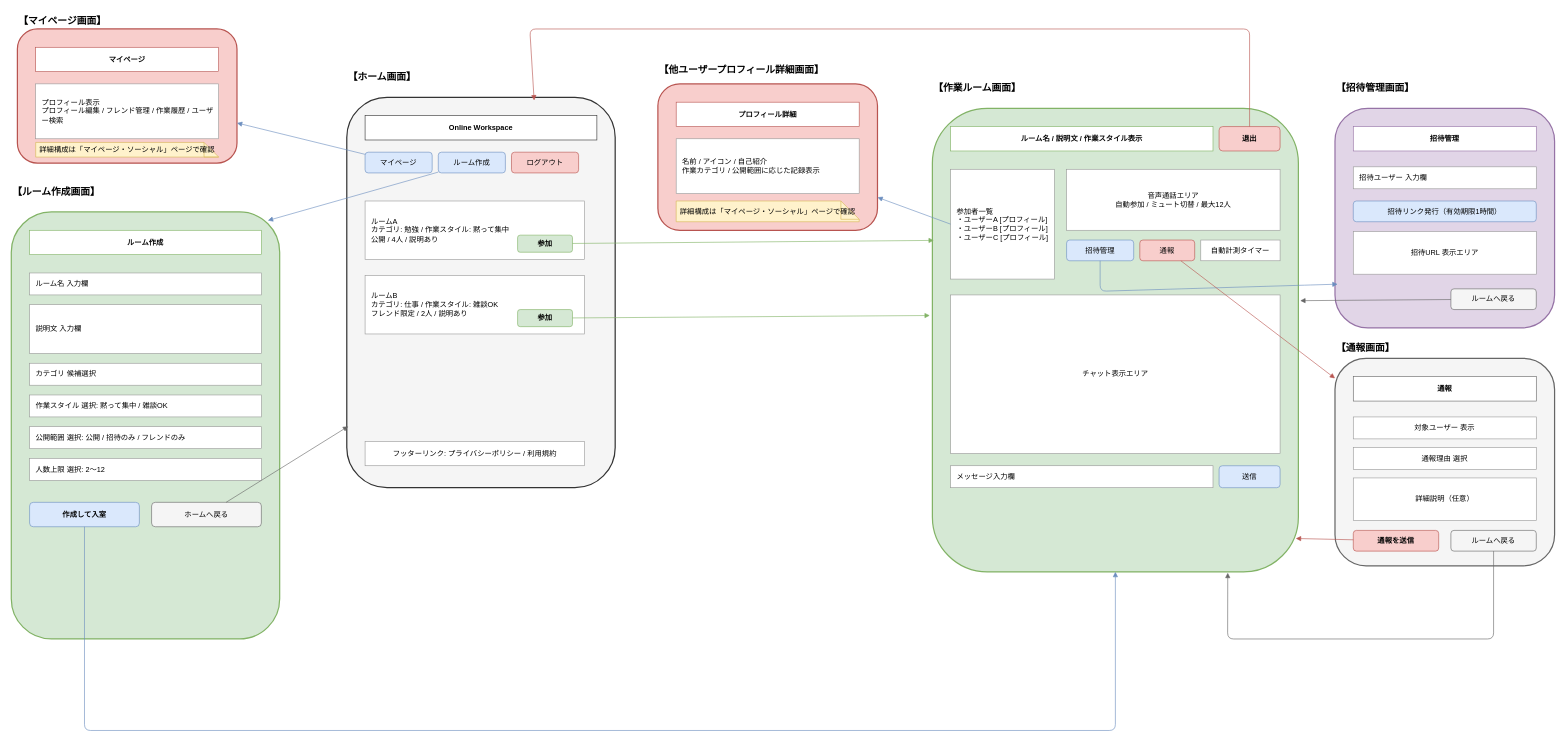
yuu-ux/online-workspace keeps this draw.io diagram as page "ホーム・ルーム" (2 of 4) of docs/screen_wireframe.drawio. Above is the earlier version. Source tidied: cells renumbered, new cells numbered last; positions are measured from the earlier drawing's top-left corner, leaving out a move shared by most shapes. Both pictures are drawn from the tidied source at 61%, with x=0, y=0 at pixel (11, 10).
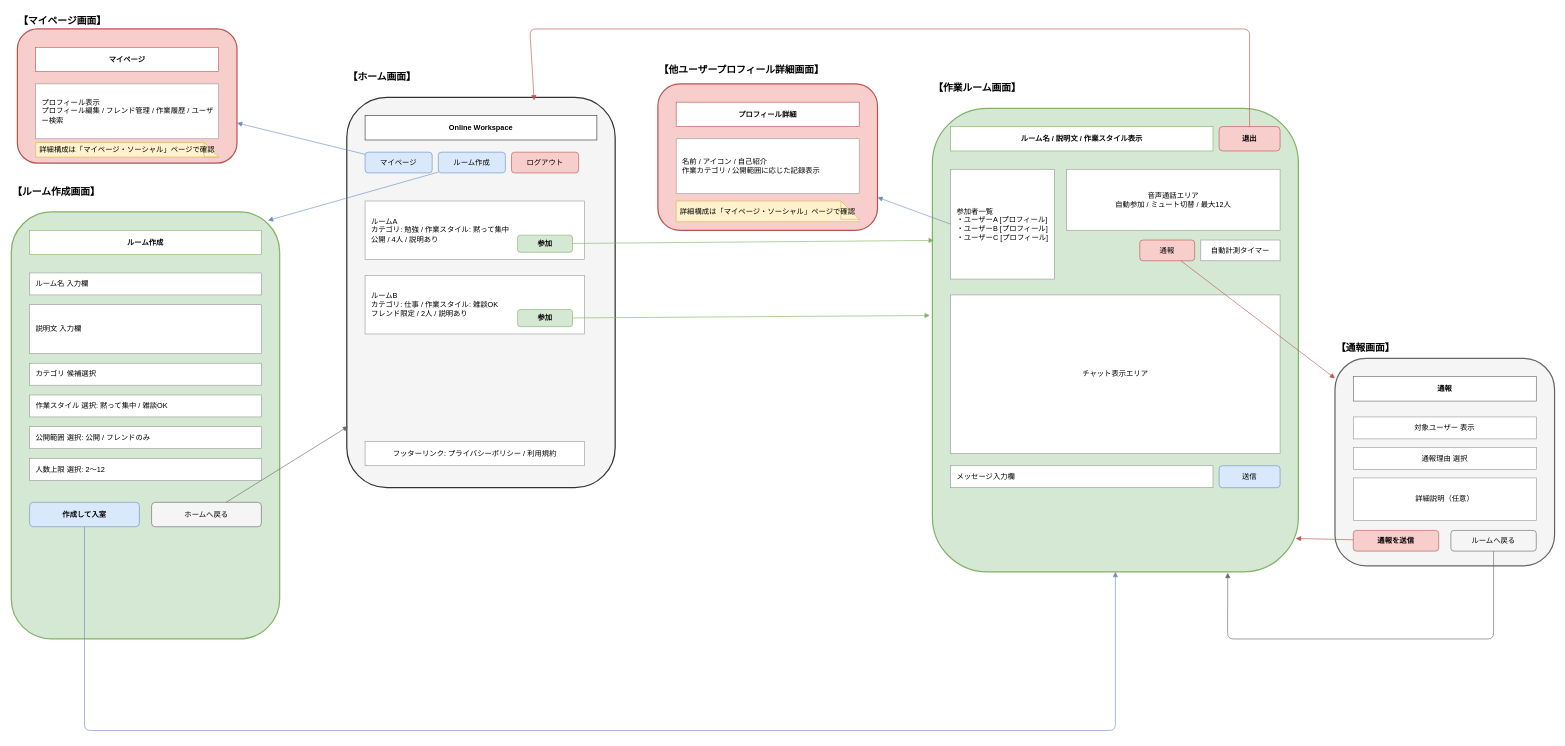
After the change.

The change refers to these unchanged cells:
```xml
<mxCell id="25" style="rounded=1;whiteSpace=wrap;html=1;fillColor=#d5e8d4;strokeColor=#82b366;strokeWidth=2;" parent="1" vertex="1">
  <mxGeometry x="1510" y="160" width="600" height="760" as="geometry" />
</mxCell>
```

Diff of the diagram source:
```diff
@@
-    <mxCell id="20" value="公開範囲 選択: 公開 / 招待のみ / フレンドのみ" style="rounded=0;whiteSpace=wrap;html=1;fillColor=#ffffff;strokeColor=#999999;align=left;spacingLeft=8;" parent="1" vertex="1">
+    <mxCell id="20" value="公開範囲 選択: 公開 / フレンドのみ" style="rounded=0;whiteSpace=wrap;html=1;fillColor=#ffffff;strokeColor=#999999;align=left;spacingLeft=8;" parent="1" vertex="1">
       <mxGeometry x="30" y="682" width="380" height="36" as="geometry" />
     </mxCell>
@@
-    <mxCell id="30" value="招待管理" style="rounded=1;whiteSpace=wrap;html=1;fillColor=#dae8fc;strokeColor=#6c8ebf;" parent="1" vertex="1">
-      <mxGeometry x="1730" y="376" width="110" height="34" as="geometry" />
-    </mxCell>
@@
-    <mxCell id="36" value="【招待管理画面】" style="text;html=1;strokeColor=none;fillColor=none;fontStyle=1;fontSize=16;" parent="1" vertex="1">
-      <mxGeometry x="2170" y="110" width="170" height="20" as="geometry" />
-    </mxCell>
-    <mxCell id="37" style="rounded=1;whiteSpace=wrap;html=1;fillColor=#e1d5e7;strokeColor=#9673a6;strokeWidth=2;" parent="1" vertex="1">
-      <mxGeometry x="2170" y="160" width="360" height="360" as="geometry" />
-    </mxCell>
-    <mxCell id="38" value="招待管理" style="rounded=0;whiteSpace=wrap;html=1;fillColor=#ffffff;strokeColor=#9673a6;fontStyle=1;" parent="1" vertex="1">
-      <mxGeometry x="2200" y="190" width="300" height="40" as="geometry" />
-    </mxCell>
-    <mxCell id="39" value="招待ユーザー 入力欄" style="rounded=0;whiteSpace=wrap;html=1;fillColor=#ffffff;strokeColor=#999999;align=left;spacingLeft=8;" parent="1" vertex="1">
-      <mxGeometry x="2200" y="256" width="300" height="36" as="geometry" />
-    </mxCell>
-    <mxCell id="40" value="招待リンク発行（有効期限1時間）" style="rounded=1;whiteSpace=wrap;html=1;fillColor=#dae8fc;strokeColor=#6c8ebf;" parent="1" vertex="1">
-      <mxGeometry x="2200" y="312" width="300" height="34" as="geometry" />
-    </mxCell>
-    <mxCell id="41" value="招待URL 表示エリア" style="rounded=0;whiteSpace=wrap;html=1;fillColor=#ffffff;strokeColor=#999999;" parent="1" vertex="1">
-      <mxGeometry x="2200" y="362" width="300" height="70" as="geometry" />
-    </mxCell>
-    <mxCell id="42" value="ルームへ戻る" style="rounded=1;whiteSpace=wrap;html=1;fillColor=#f5f5f5;strokeColor=#666666;" parent="1" vertex="1">
-      <mxGeometry x="2360" y="456" width="140" height="34" as="geometry" />
-    </mxCell>
@@
-    <mxCell id="68" style="endArrow=block;html=1;strokeColor=#6c8ebf;entryX=0.012;entryY=0.801;entryDx=0;entryDy=0;entryPerimeter=0;" parent="1" edge="1" source="30" target="37">
-      <mxGeometry relative="1" as="geometry">
-        <Array as="points">
-          <mxPoint x="1785" y="460" />
-          <mxPoint x="2120" y="450" />
-        </Array>
-      </mxGeometry>
-    </mxCell>
@@
-    <mxCell id="71" style="endArrow=block;html=1;strokeColor=#666666;entryX=1.005;entryY=0.415;entryDx=0;entryDy=0;entryPerimeter=0;" parent="1" edge="1" source="42" target="25">
-      <mxGeometry relative="1" as="geometry" />
-    </mxCell>
```
